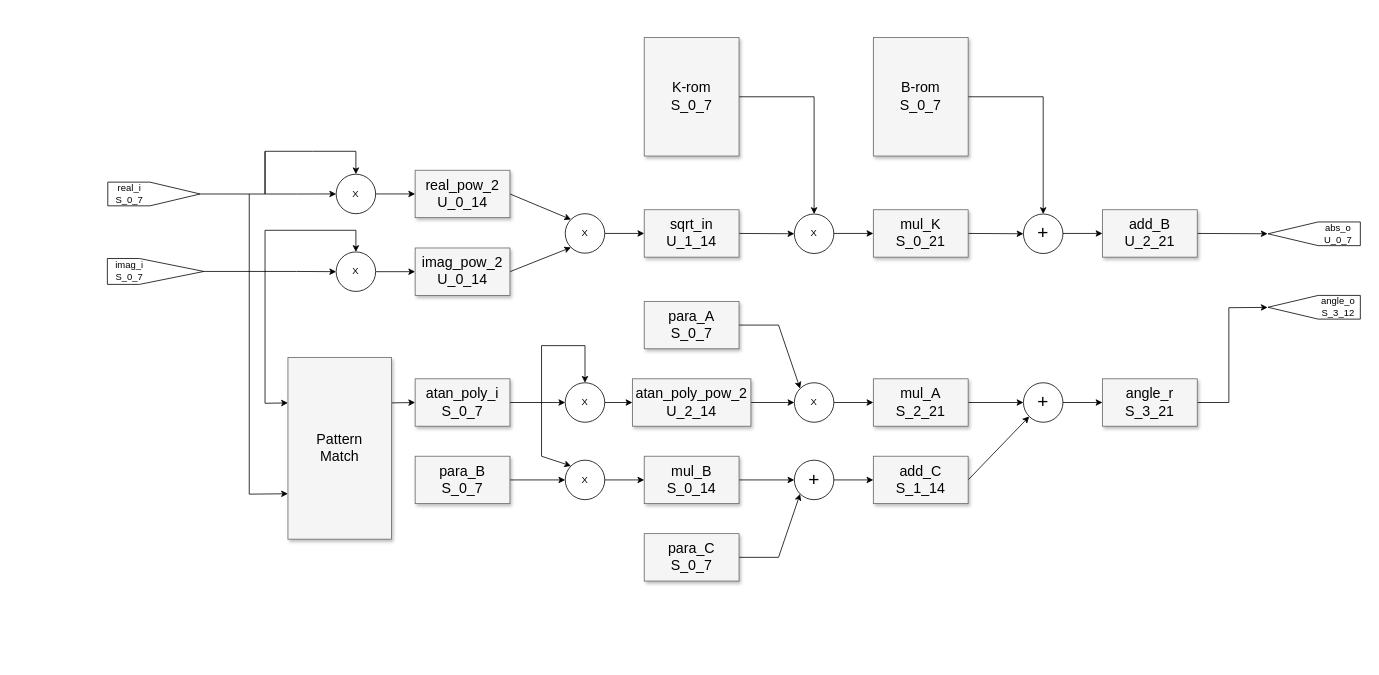
The draw.io diagram task_3/doc/未命名绘图.drawio in Wunyje/fpga_design_course, before the edit. Source tidied: cells renumbered, new cells numbered last; positions are measured from the earlier drawing's top-left corner, leaving out a move shared by most shapes. Both pictures are drawn from the tidied source at 79%, with x=0, y=0 at pixel (105, 37).
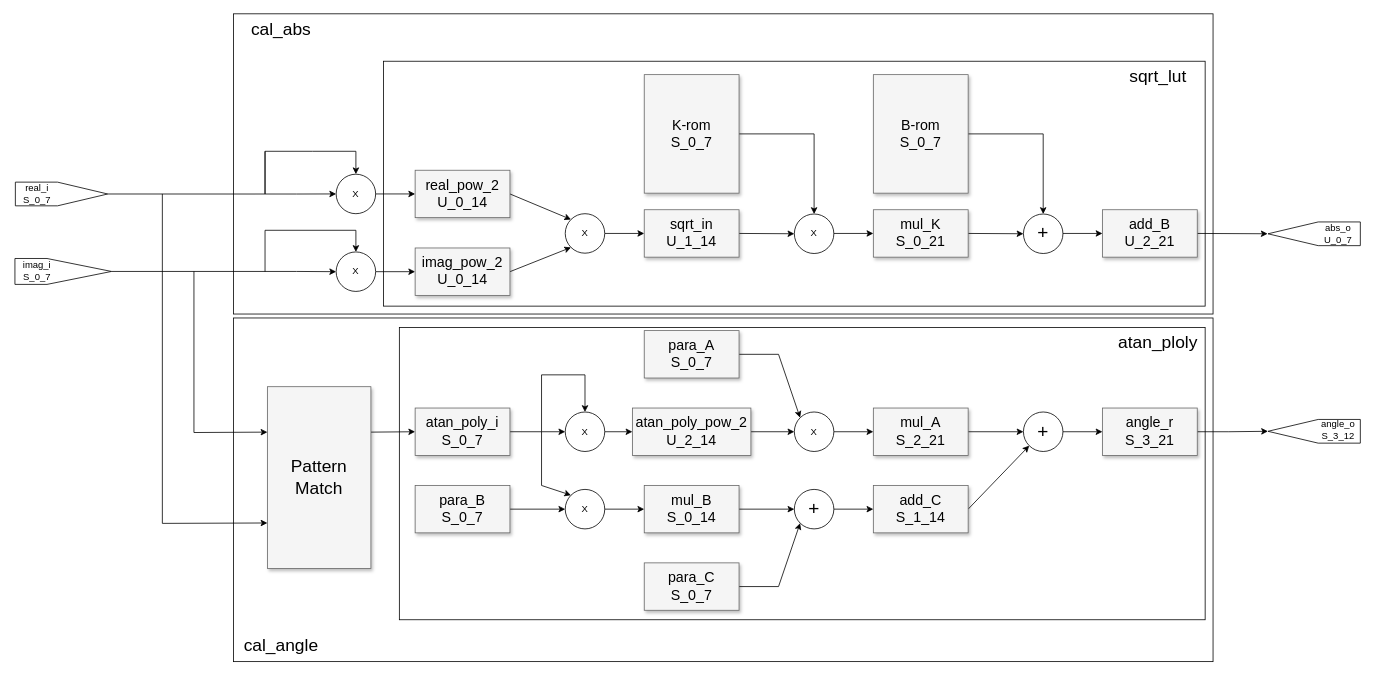
Above is the later version.

Commit message:
更新整体框图

Unchanged cells that the change refers to:
```xml
<mxCell id="24" value="X" style="ellipse;whiteSpace=wrap;html=1;" parent="1" vertex="1">
  <mxGeometry x="872" y="223.4" width="50" height="50" as="geometry" />
</mxCell>
<mxCell id="30" value="&lt;font style=&quot;font-size: 24px;&quot;&gt;+&lt;/font&gt;" style="ellipse;whiteSpace=wrap;html=1;" parent="1" vertex="1">
  <mxGeometry x="1162" y="223.4" width="50" height="50" as="geometry" />
</mxCell>
```

Diff of the diagram source:
```diff
@@
+    <mxCell id="72" style="rounded=0;whiteSpace=wrap;html=1;labelBackgroundColor=none;labelBorderColor=none;" parent="1" vertex="1">
+      <mxGeometry x="162" y="-30" width="1240" height="380" as="geometry" />
+    </mxCell>
+    <mxCell id="73" style="rounded=0;whiteSpace=wrap;html=1;labelBackgroundColor=none;labelBorderColor=none;" parent="1" vertex="1">
+      <mxGeometry x="352" y="30" width="1040" height="310" as="geometry" />
+    </mxCell>
+    <mxCell id="74" style="rounded=0;whiteSpace=wrap;html=1;labelBackgroundColor=none;labelBorderColor=none;" parent="1" vertex="1">
+      <mxGeometry x="162" y="355" width="1240" height="435" as="geometry" />
+    </mxCell>
+    <mxCell id="75" style="rounded=0;whiteSpace=wrap;html=1;labelBackgroundColor=none;labelBorderColor=none;" parent="1" vertex="1">
+      <mxGeometry x="372" y="367" width="1020" height="370" as="geometry" />
+    </mxCell>
     <mxCell id="2" style="edgeStyle=none;rounded=0;jettySize=auto;html=1;exitX=1;exitY=0.5;exitDx=0;exitDy=0;entryX=0.5;entryY=0;entryDx=0;entryDy=0;" parent="1" edge="1" source="3" target="24">
       <mxGeometry relative="1" as="geometry">
         <Array as="points">
-          <mxPoint x="897" y="75" />
+          <mxPoint x="897" y="122" />
         </Array>
       </mxGeometry>
     </mxCell>
     <mxCell id="3" value="K-rom&lt;br&gt;S_0_7" style="whiteSpace=wrap;html=1;shadow=1;fontSize=18;fillColor=#f5f5f5;strokeColor=#666666;" parent="1" vertex="1">
-      <mxGeometry x="682" width="120" height="150" as="geometry" />
+      <mxGeometry x="682" y="47" width="120" height="150" as="geometry" />
     </mxCell>
@@
     <mxCell id="10" style="edgeStyle=none;rounded=0;jettySize=auto;html=1;entryX=0;entryY=0.75;entryDx=0;entryDy=0;" parent="1" edge="1" target="35">
       <mxGeometry relative="1" as="geometry">
-        <mxPoint x="182" y="198" as="sourcePoint" />
+        <mxPoint x="72" y="198" as="sourcePoint" />
         <Array as="points">
-          <mxPoint x="182" y="578" />
+          <mxPoint x="72" y="615" />
         </Array>
       </mxGeometry>
     </mxCell>
     <mxCell id="11" style="shape=offPageConnector;whiteSpace=wrap;html=1;rotation=-90;size=0.5436717998075092;" parent="1" vertex="1">
-      <mxGeometry x="46.4" y="139.6" width="30" height="116.9" as="geometry" />
+      <mxGeometry x="-70.6" y="139.6" width="30" height="116.9" as="geometry" />
     </mxCell>
@@
     <mxCell id="16" style="edgeStyle=none;rounded=0;jettySize=auto;html=1;entryX=0;entryY=0.25;entryDx=0;entryDy=0;" parent="1" edge="1" target="35">
       <mxGeometry relative="1" as="geometry">
-        <mxPoint x="202" y="296" as="sourcePoint" />
+        <mxPoint x="112" y="296" as="sourcePoint" />
         <Array as="points">
-          <mxPoint x="202" y="463" />
+          <mxPoint x="112" y="500" />
         </Array>
       </mxGeometry>
     </mxCell>
     <mxCell id="17" style="shape=offPageConnector;whiteSpace=wrap;html=1;rotation=-90;size=0.6677551020408169;" parent="1" vertex="1">
-      <mxGeometry x="47.1" y="235" width="32.8" height="122.2" as="geometry" />
+      <mxGeometry x="-69.9" y="235" width="32.8" height="122.2" as="geometry" />
     </mxCell>
@@
-    <mxCell id="25" style="edgeStyle=none;rounded=0;jettySize=auto;html=1;exitX=1;exitY=0.5;exitDx=0;exitDy=0;entryX=0.5;entryY=0;entryDx=0;entryDy=0;" parent="1" edge="1" source="26" target="30">
+    <mxCell id="25" style="edgeStyle=none;rounded=0;orthogonalLoop=1;jettySize=auto;html=1;exitX=1;exitY=0.5;exitDx=0;exitDy=0;entryX=0.5;entryY=0;entryDx=0;entryDy=0;" parent="1" edge="1">
       <mxGeometry relative="1" as="geometry">
+        <mxPoint x="1092" y="122" as="sourcePoint" />
+        <mxPoint x="1187" y="223.4" as="targetPoint" />
         <Array as="points">
-          <mxPoint x="1187" y="75" />
+          <mxPoint x="1187" y="122" />
         </Array>
       </mxGeometry>
     </mxCell>
     <mxCell id="26" value="B-rom&lt;br&gt;S_0_7" style="whiteSpace=wrap;html=1;shadow=1;fontSize=18;fillColor=#f5f5f5;strokeColor=#666666;" parent="1" vertex="1">
-      <mxGeometry x="972" width="120" height="150" as="geometry" />
+      <mxGeometry x="972" y="47" width="120" height="150" as="geometry" />
     </mxCell>
@@
-    <mxCell id="35" value="Pattern&lt;br&gt;Match" style="whiteSpace=wrap;html=1;shadow=1;fontSize=18;fillColor=#f5f5f5;strokeColor=#666666;" parent="1" vertex="1">
-      <mxGeometry x="231" y="405" width="131" height="230" as="geometry" />
+    <mxCell id="35" value="&lt;font style=&quot;font-size: 22px;&quot;&gt;Pattern&lt;br&gt;Match&lt;/font&gt;" style="whiteSpace=wrap;html=1;shadow=1;fontSize=18;fillColor=#f5f5f5;strokeColor=#666666;" parent="1" vertex="1">
+      <mxGeometry x="205" y="442" width="131" height="230" as="geometry" />
     </mxCell>
@@
     <mxCell id="37" style="edgeStyle=none;rounded=0;jettySize=auto;html=1;entryX=0.5;entryY=0;entryDx=0;entryDy=0;" parent="1" edge="1" target="43">
       <mxGeometry relative="1" as="geometry">
-        <mxPoint x="552" y="462" as="sourcePoint" />
+        <mxPoint x="552" y="499" as="sourcePoint" />
         <Array as="points">
-          <mxPoint x="552" y="390" />
-          <mxPoint x="607" y="390" />
+          <mxPoint x="552" y="427" />
+          <mxPoint x="607" y="427" />
         </Array>
       </mxGeometry>
     </mxCell>
     <mxCell id="38" style="edgeStyle=none;rounded=0;jettySize=auto;html=1;entryX=0;entryY=0;entryDx=0;entryDy=0;" parent="1" edge="1" target="45">
       <mxGeometry relative="1" as="geometry">
-        <mxPoint x="552" y="462" as="sourcePoint" />
+        <mxPoint x="552" y="499" as="sourcePoint" />
         <Array as="points">
-          <mxPoint x="552" y="530" />
+          <mxPoint x="552" y="567" />
         </Array>
       </mxGeometry>
     </mxCell>
     <mxCell id="39" value="atan_poly_i&lt;br&gt;S_0_7" style="whiteSpace=wrap;html=1;shadow=1;fontSize=18;fillColor=#f5f5f5;strokeColor=#666666;" parent="1" vertex="1">
-      <mxGeometry x="392" y="432" width="120" height="60" as="geometry" />
+      <mxGeometry x="392" y="469" width="120" height="60" as="geometry" />
     </mxCell>
@@
     <mxCell id="41" value="para_B&lt;br&gt;S_0_7" style="whiteSpace=wrap;html=1;shadow=1;fontSize=18;fillColor=#f5f5f5;strokeColor=#666666;" parent="1" vertex="1">
-      <mxGeometry x="392" y="530" width="120" height="60" as="geometry" />
+      <mxGeometry x="392" y="567" width="120" height="60" as="geometry" />
     </mxCell>
@@
     <mxCell id="43" value="X" style="ellipse;whiteSpace=wrap;html=1;" parent="1" vertex="1">
-      <mxGeometry x="582" y="437" width="50" height="50" as="geometry" />
+      <mxGeometry x="582" y="474" width="50" height="50" as="geometry" />
     </mxCell>
@@
     <mxCell id="45" value="X" style="ellipse;whiteSpace=wrap;html=1;" parent="1" vertex="1">
-      <mxGeometry x="582" y="535" width="50" height="50" as="geometry" />
+      <mxGeometry x="582" y="572" width="50" height="50" as="geometry" />
     </mxCell>
@@
     <mxCell id="47" value="mul_B&lt;br&gt;S_0_14" style="whiteSpace=wrap;html=1;shadow=1;fontSize=18;fillColor=#f5f5f5;strokeColor=#666666;" parent="1" vertex="1">
-      <mxGeometry x="682" y="530" width="120" height="60" as="geometry" />
+      <mxGeometry x="682" y="567" width="120" height="60" as="geometry" />
     </mxCell>
     <mxCell id="48" style="edgeStyle=none;rounded=0;jettySize=auto;html=1;exitX=1;exitY=0.5;exitDx=0;exitDy=0;entryX=0;entryY=1;entryDx=0;entryDy=0;" parent="1" edge="1" source="49" target="57">
       <mxGeometry relative="1" as="geometry">
         <Array as="points">
-          <mxPoint x="852" y="658" />
+          <mxPoint x="852" y="695" />
         </Array>
       </mxGeometry>
     </mxCell>
     <mxCell id="49" value="para_C&lt;br&gt;S_0_7" style="whiteSpace=wrap;html=1;shadow=1;fontSize=18;fillColor=#f5f5f5;strokeColor=#666666;" parent="1" vertex="1">
-      <mxGeometry x="682" y="628" width="120" height="60" as="geometry" />
+      <mxGeometry x="682" y="665" width="120" height="60" as="geometry" />
     </mxCell>
     <mxCell id="50" style="edgeStyle=none;rounded=0;jettySize=auto;html=1;exitX=1;exitY=0.5;exitDx=0;exitDy=0;entryX=0;entryY=0;entryDx=0;entryDy=0;" parent="1" edge="1" source="51" target="55">
       <mxGeometry relative="1" as="geometry">
         <Array as="points">
-          <mxPoint x="852" y="364" />
+          <mxPoint x="852" y="401" />
         </Array>
       </mxGeometry>
     </mxCell>
     <mxCell id="51" value="para_A&lt;br&gt;S_0_7" style="whiteSpace=wrap;html=1;shadow=1;fontSize=18;fillColor=#f5f5f5;strokeColor=#666666;" parent="1" vertex="1">
-      <mxGeometry x="682" y="334" width="120" height="60" as="geometry" />
+      <mxGeometry x="682" y="371" width="120" height="60" as="geometry" />
     </mxCell>
@@
     <mxCell id="53" value="atan_poly_pow_2&lt;br&gt;U_2_14" style="whiteSpace=wrap;html=1;shadow=1;fontSize=18;fillColor=#f5f5f5;strokeColor=#666666;" parent="1" vertex="1">
-      <mxGeometry x="667" y="432" width="150" height="60" as="geometry" />
+      <mxGeometry x="667" y="469" width="150" height="60" as="geometry" />
     </mxCell>
@@
     <mxCell id="55" value="X" style="ellipse;whiteSpace=wrap;html=1;" parent="1" vertex="1">
-      <mxGeometry x="872" y="437" width="50" height="50" as="geometry" />
+      <mxGeometry x="872" y="474" width="50" height="50" as="geometry" />
     </mxCell>
@@
     <mxCell id="57" value="&lt;font style=&quot;font-size: 24px;&quot;&gt;+&lt;/font&gt;" style="ellipse;whiteSpace=wrap;html=1;" parent="1" vertex="1">
-      <mxGeometry x="872" y="535" width="50" height="50" as="geometry" />
+      <mxGeometry x="872" y="572" width="50" height="50" as="geometry" />
     </mxCell>
@@
     <mxCell id="59" value="add_C&lt;br&gt;S_1_14" style="whiteSpace=wrap;html=1;shadow=1;fontSize=18;fillColor=#f5f5f5;strokeColor=#666666;" parent="1" vertex="1">
-      <mxGeometry x="972" y="530" width="120" height="60" as="geometry" />
+      <mxGeometry x="972" y="567" width="120" height="60" as="geometry" />
     </mxCell>
@@
     <mxCell id="61" value="mul_A&lt;br&gt;S_2_21" style="whiteSpace=wrap;html=1;shadow=1;fontSize=18;fillColor=#f5f5f5;strokeColor=#666666;" parent="1" vertex="1">
-      <mxGeometry x="972" y="432" width="120" height="60" as="geometry" />
+      <mxGeometry x="972" y="469" width="120" height="60" as="geometry" />
     </mxCell>
     <mxCell id="62" value="&lt;font style=&quot;font-size: 24px;&quot;&gt;+&lt;/font&gt;" style="ellipse;whiteSpace=wrap;html=1;" parent="1" vertex="1">
-      <mxGeometry x="1162" y="437" width="50" height="50" as="geometry" />
+      <mxGeometry x="1162" y="474" width="50" height="50" as="geometry" />
     </mxCell>
     <mxCell id="63" style="edgeStyle=none;rounded=0;jettySize=auto;html=1;exitX=1;exitY=0.5;exitDx=0;exitDy=0;entryX=0;entryY=0.5;entryDx=0;entryDy=0;" parent="1" edge="1" target="65">
       <mxGeometry relative="1" as="geometry">
-        <mxPoint x="1212" y="462" as="sourcePoint" />
+        <mxPoint x="1212" y="499" as="sourcePoint" />
       </mxGeometry>
     </mxCell>
-    <mxCell id="64" style="edgeStyle=none;rounded=0;jettySize=auto;html=1;exitX=1;exitY=0.5;exitDx=0;exitDy=0;entryX=0.5;entryY=1;entryDx=0;entryDy=0;" parent="1" edge="1" source="65">
+    <mxCell id="64" style="edgeStyle=none;rounded=0;jettySize=auto;html=1;exitX=1;exitY=0.5;exitDx=0;exitDy=0;entryX=0.5;entryY=1;entryDx=0;entryDy=0;" parent="1" edge="1" source="65" target="70">
       <mxGeometry relative="1" as="geometry">
-        <mxPoint x="1471.1" y="341.6" as="targetPoint" />
         <Array as="points">
-          <mxPoint x="1422" y="462" />
-          <mxPoint x="1422" y="342" />
+          <mxPoint x="1422" y="499" />
         </Array>
       </mxGeometry>
     </mxCell>
     <mxCell id="65" value="angle_r&lt;br&gt;S_3_21" style="whiteSpace=wrap;html=1;shadow=1;fontSize=18;fillColor=#f5f5f5;strokeColor=#666666;" parent="1" vertex="1">
-      <mxGeometry x="1262" y="432" width="120" height="60" as="geometry" />
+      <mxGeometry x="1262" y="469" width="120" height="60" as="geometry" />
     </mxCell>
     <mxCell id="66" value="real_i&lt;br&gt;S_0_7" style="text;html=1;align=center;verticalAlign=middle;strokeColor=none;fillColor=none;" parent="1" vertex="1">
-      <mxGeometry x="0.2" y="178" width="60" height="40" as="geometry" />
+      <mxGeometry x="-116.8" y="178" width="60" height="40" as="geometry" />
     </mxCell>
     <mxCell id="67" value="imag_i&lt;br&gt;S_0_7" style="text;html=1;align=center;verticalAlign=middle;strokeColor=none;fillColor=none;" parent="1" vertex="1">
-      <mxGeometry x="0.2" y="275" width="60" height="40" as="geometry" />
+      <mxGeometry x="-116.8" y="275" width="60" height="40" as="geometry" />
     </mxCell>
@@
     <mxCell id="70" style="shape=offPageConnector;whiteSpace=wrap;html=1;rotation=90;size=0.5436717998075092;" parent="1" vertex="1">
-      <mxGeometry x="1515" y="283" width="30" height="116.9" as="geometry" />
+      <mxGeometry x="1515" y="440" width="30" height="116.9" as="geometry" />
     </mxCell>
     <mxCell id="71" value="angle_o&lt;br&gt;S_3_12" style="text;html=1;align=center;verticalAlign=middle;strokeColor=none;fillColor=none;" parent="1" vertex="1">
-      <mxGeometry x="1525" y="321.4" width="70" height="40" as="geometry" />
+      <mxGeometry x="1525" y="477.4" width="70" height="40" as="geometry" />
     </mxCell>
+    <mxCell id="76" value="&lt;font style=&quot;font-size: 22px;&quot;&gt;cal_angle&lt;/font&gt;" style="text;html=1;align=center;verticalAlign=middle;strokeColor=none;fillColor=none;" parent="1" vertex="1">
+      <mxGeometry x="162" y="750" width="120" height="40" as="geometry" />
+    </mxCell>
+    <mxCell id="77" value="&lt;font style=&quot;font-size: 22px;&quot;&gt;atan_ploly&lt;/font&gt;" style="text;html=1;align=center;verticalAlign=middle;strokeColor=none;fillColor=none;" parent="1" vertex="1">
+      <mxGeometry x="1272" y="367" width="120" height="40" as="geometry" />
+    </mxCell>
+    <mxCell id="78" value="&lt;font style=&quot;font-size: 22px;&quot;&gt;sqrt_lut&lt;/font&gt;" style="text;html=1;align=center;verticalAlign=middle;strokeColor=none;fillColor=none;" parent="1" vertex="1">
+      <mxGeometry x="1282" y="30" width="100" height="40" as="geometry" />
+    </mxCell>
+    <mxCell id="79" value="&lt;font style=&quot;font-size: 22px;&quot;&gt;cal_abs&lt;/font&gt;" style="text;html=1;align=center;verticalAlign=middle;strokeColor=none;fillColor=none;" parent="1" vertex="1">
+      <mxGeometry x="172" y="-30" width="100" height="40" as="geometry" />
+    </mxCell>
```
